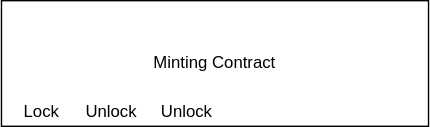
Before: 未命名绘图.drawio.svg, a diagram exported from draw.io (iwanwang-0/doc). Source tidied: cells renumbered, new cells last; positions are measured from the earlier drawing's top-left corner, leaving out a move shared by most shapes.
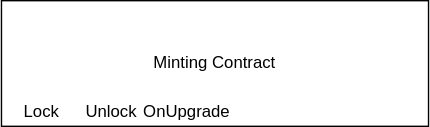
The same diagram one commit later.

The edit, as a diff of the source:
```diff
@@ -11,7 +11,7 @@
     <mxCell id="4" value="Unlock" style="text;html=1;align=center;verticalAlign=middle;whiteSpace=wrap;rounded=0;" parent="1" vertex="1">
       <mxGeometry x="59" y="70" width="40" height="20" as="geometry" />
     </mxCell>
-    <mxCell id="5" value="Unlock" style="text;html=1;align=center;verticalAlign=middle;whiteSpace=wrap;rounded=0;" parent="1" vertex="1">
+    <mxCell id="5" value="OnUpgrade" style="text;html=1;align=center;verticalAlign=middle;whiteSpace=wrap;rounded=0;" parent="1" vertex="1">
       <mxGeometry x="112.5" y="70" width="40" height="20" as="geometry" />
     </mxCell>
   </root>
```
